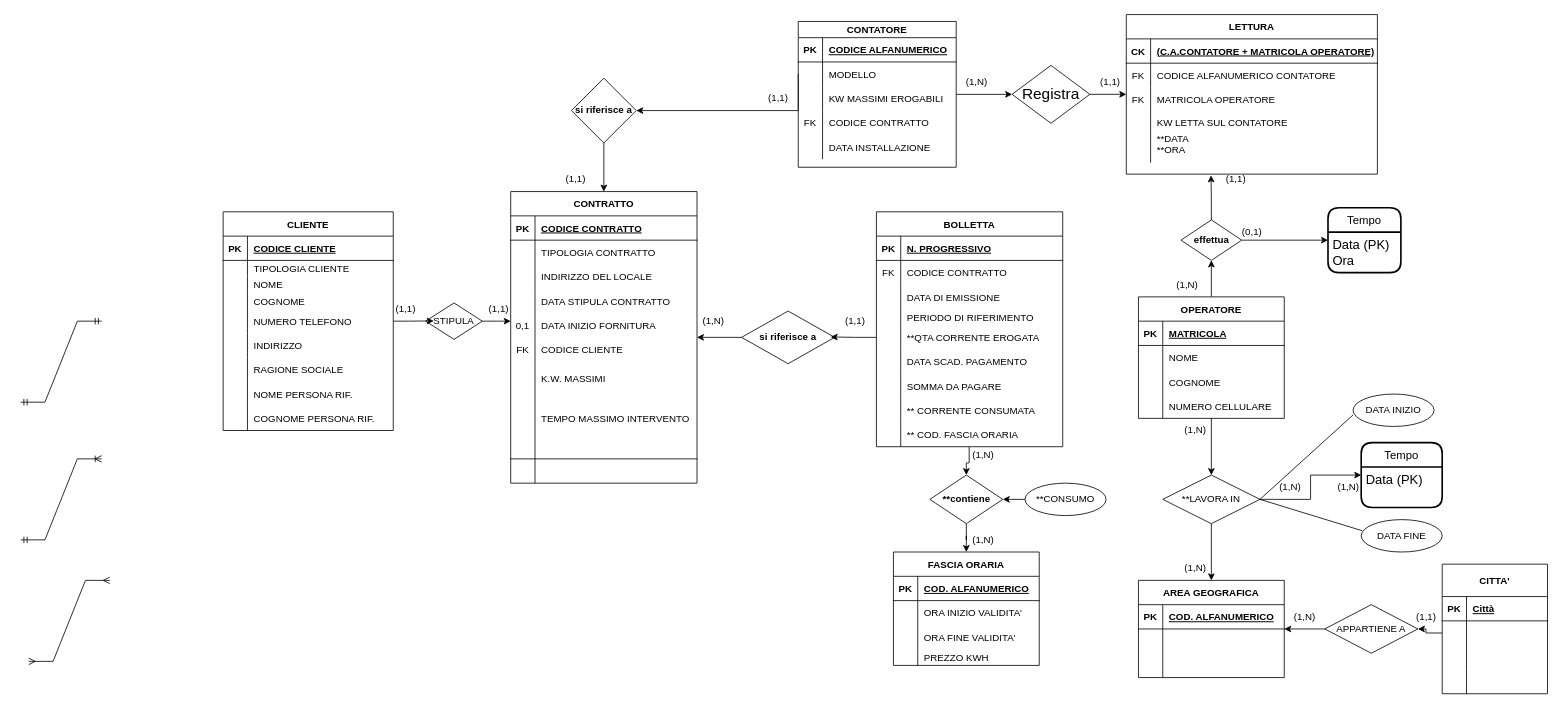
chaitanya0498/DE keeps this draw.io diagram as page "L1" (1 of 2) of ER Diagram minimal.drawio. Above is the earlier version. Source tidied: cells renumbered, new cells numbered last; positions are measured from the earlier drawing's top-left corner, leaving out a move shared by most shapes. Both pictures are drawn from the tidied source at 81%, with x=0, y=0 at pixel (20, 15).
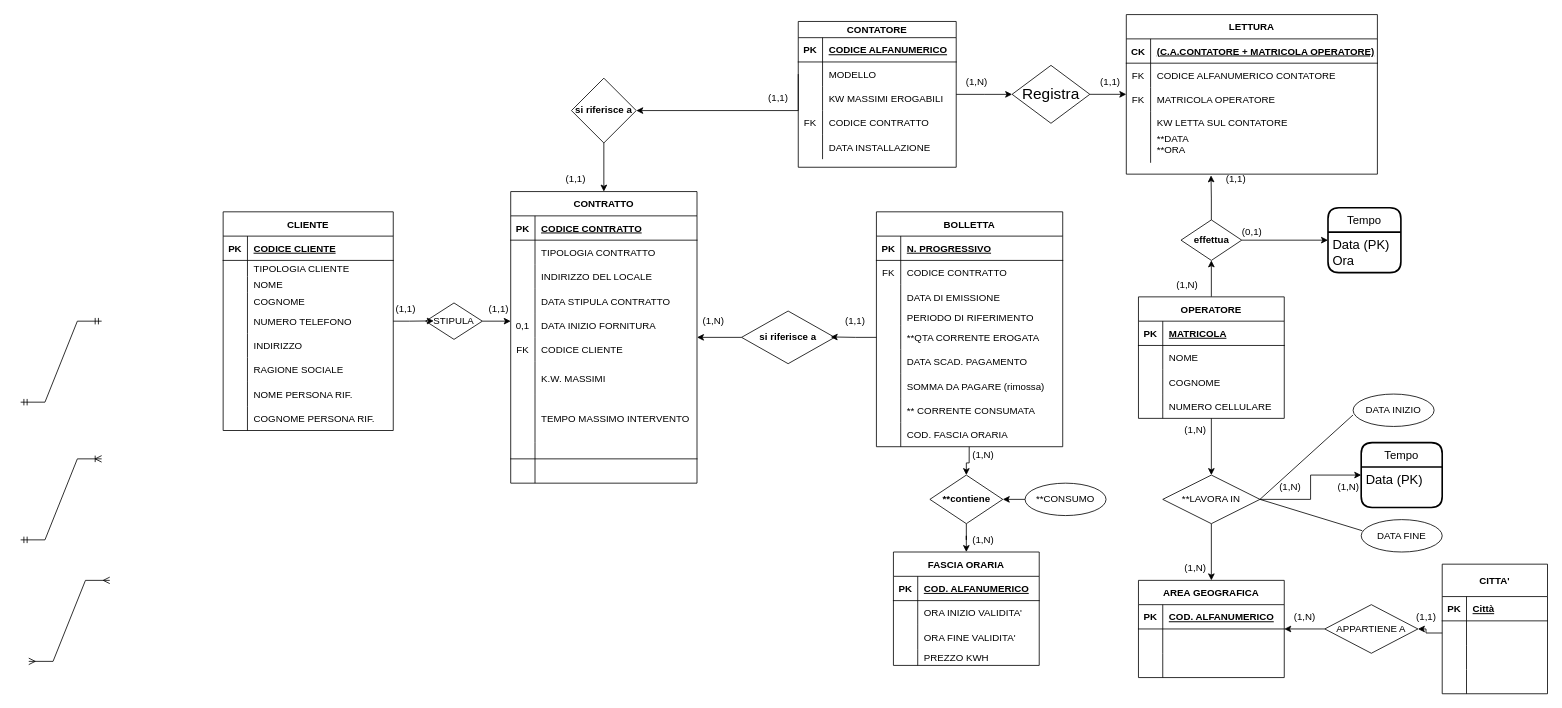
After the change.

The change refers to these unchanged cells:
```xml
<mxCell id="83" style="shape=tableRow;horizontal=0;startSize=0;swimlaneHead=0;swimlaneBody=0;fillColor=none;top=0;left=0;right=0;bottom=0;" parent="64" vertex="1">
  <mxGeometry y="200" width="230" height="30" as="geometry" />
</mxCell>
<mxCell id="89" style="shape=tableRow;horizontal=0;startSize=0;swimlaneHead=0;swimlaneBody=0;fillColor=none;points=[[0,0.5],[1,0.5]];portConstraint=eastwest;top=0;left=0;right=0;bottom=0;" parent="64" vertex="1">
  <mxGeometry y="260" width="230" height="30" as="geometry" />
</mxCell>
```

Change to the diagram source:
```diff
@@
-    <mxCell id="85" value="SOMMA DA PAGARE" style="shape=partialRectangle;fillColor=none;top=0;left=0;bottom=0;right=0;align=left;spacingLeft=6;overflow=hidden;" parent="83" vertex="1">
+    <mxCell id="85" value="SOMMA DA PAGARE (rimossa)" style="shape=partialRectangle;fillColor=none;top=0;left=0;bottom=0;right=0;align=left;spacingLeft=6;overflow=hidden;" parent="83" vertex="1">
       <mxGeometry x="30" width="200" height="30" as="geometry" />
     </mxCell>
@@
-    <mxCell id="91" value="** COD. FASCIA ORARIA" style="shape=partialRectangle;fillColor=none;top=0;left=0;bottom=0;right=0;align=left;spacingLeft=6;overflow=hidden;" parent="89" vertex="1">
+    <mxCell id="91" value="COD. FASCIA ORARIA" style="shape=partialRectangle;fillColor=none;top=0;left=0;bottom=0;right=0;align=left;spacingLeft=6;overflow=hidden;" parent="89" vertex="1">
       <mxGeometry x="30" width="200" height="30" as="geometry" />
     </mxCell>
```
